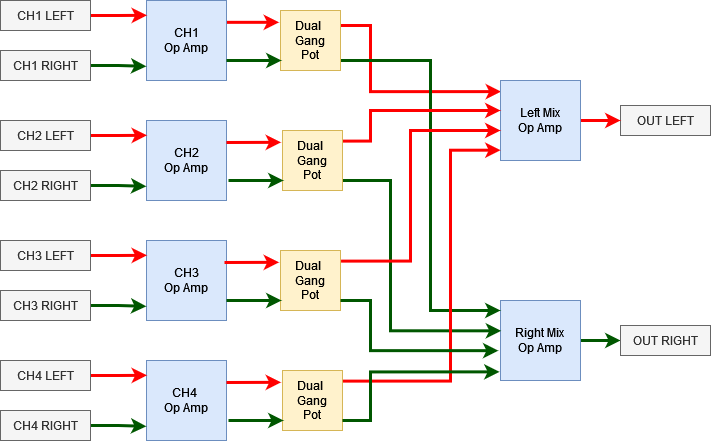
Earlier version of the draw.io export BlockDiagram.drawio.png (cracked-machine/Tiny4xPoweredStereoMixer). Source tidied: cells renumbered, new cells last; positions are measured from the earlier drawing's top-left corner, leaving out a move shared by most shapes.
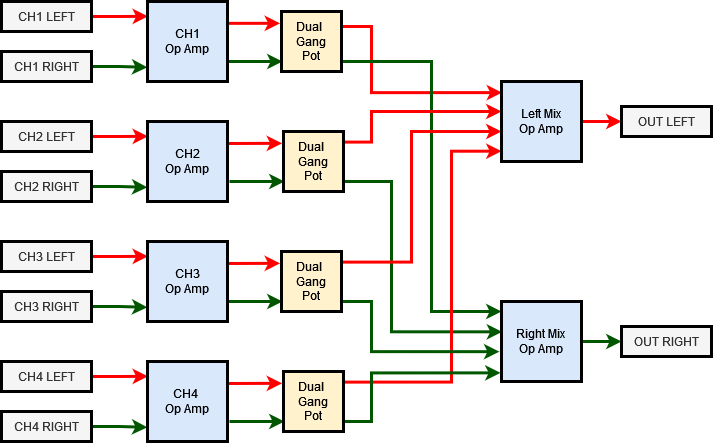
The same file after the commit.

Commit message:
Increased block lines in BlockDiagram.drawio.png

Diff of the diagram source:
```diff
@@ -20,10 +20,10 @@
     <mxCell id="7" style="edgeStyle=orthogonalEdgeStyle;rounded=0;jettySize=auto;html=1;entryX=0.006;entryY=0.185;entryDx=0;entryDy=0;entryPerimeter=0;exitX=1;exitY=0.5;exitDx=0;exitDy=0;strokeColor=#FF0000;strokeWidth=3;" parent="1" edge="1" source="8" target="3">
       <mxGeometry relative="1" as="geometry" />
     </mxCell>
-    <mxCell id="8" value="CH1 LEFT" style="rounded=0;whiteSpace=wrap;html=1;fillColor=#f5f5f5;fontColor=#333333;strokeColor=#666666;" parent="1" vertex="1">
+    <mxCell id="8" value="CH1 LEFT" style="rounded=0;whiteSpace=wrap;html=1;fillColor=#f5f5f5;fontColor=#333333;strokeColor=#000000;" parent="1" vertex="1">
       <mxGeometry width="90" height="30" as="geometry" />
     </mxCell>
-    <mxCell id="9" value="CH1 RIGHT" style="rounded=0;whiteSpace=wrap;html=1;fillColor=#f5f5f5;fontColor=#333333;strokeColor=#666666;" parent="1" vertex="1">
+    <mxCell id="9" value="CH1 RIGHT" style="rounded=0;whiteSpace=wrap;html=1;fillColor=#f5f5f5;fontColor=#333333;strokeColor=#000000;" parent="1" vertex="1">
       <mxGeometry y="50" width="90" height="30" as="geometry" />
     </mxCell>
     <mxCell id="10" value="&lt;div&gt;CH2&lt;/div&gt;&lt;div&gt;Op Amp&lt;/div&gt;" style="whiteSpace=wrap;html=1;fillColor=#dae8fc;strokeColor=#6c8ebf;" parent="1" vertex="1">
@@ -35,10 +35,10 @@
     <mxCell id="12" style="edgeStyle=orthogonalEdgeStyle;rounded=0;jettySize=auto;html=1;entryX=0.006;entryY=0.185;entryDx=0;entryDy=0;entryPerimeter=0;exitX=1;exitY=0.5;exitDx=0;exitDy=0;strokeColor=#FF0000;strokeWidth=3;" parent="1" edge="1" source="13" target="10">
       <mxGeometry relative="1" as="geometry" />
     </mxCell>
-    <mxCell id="13" value="CH2 LEFT" style="rounded=0;whiteSpace=wrap;html=1;fillColor=#f5f5f5;fontColor=#333333;strokeColor=#666666;" parent="1" vertex="1">
+    <mxCell id="13" value="CH2 LEFT" style="rounded=0;whiteSpace=wrap;html=1;fillColor=#f5f5f5;fontColor=#333333;strokeColor=#000000;" parent="1" vertex="1">
       <mxGeometry y="120" width="90" height="30" as="geometry" />
     </mxCell>
-    <mxCell id="14" value="CH2 RIGHT" style="rounded=0;whiteSpace=wrap;html=1;fillColor=#f5f5f5;fontColor=#333333;strokeColor=#666666;" parent="1" vertex="1">
+    <mxCell id="14" value="CH2 RIGHT" style="rounded=0;whiteSpace=wrap;html=1;fillColor=#f5f5f5;fontColor=#333333;strokeColor=#000000;" parent="1" vertex="1">
       <mxGeometry y="170" width="90" height="30" as="geometry" />
     </mxCell>
     <mxCell id="15" value="&lt;div&gt;CH3&lt;/div&gt;&lt;div&gt;Op Amp&lt;/div&gt;" style="whiteSpace=wrap;html=1;fillColor=#dae8fc;strokeColor=#6c8ebf;" parent="1" vertex="1">
@@ -50,10 +50,10 @@
     <mxCell id="17" style="edgeStyle=orthogonalEdgeStyle;rounded=0;jettySize=auto;html=1;entryX=0.006;entryY=0.185;entryDx=0;entryDy=0;entryPerimeter=0;exitX=1;exitY=0.5;exitDx=0;exitDy=0;strokeColor=#FF0000;strokeWidth=3;" parent="1" edge="1" source="18" target="15">
       <mxGeometry relative="1" as="geometry" />
     </mxCell>
-    <mxCell id="18" value="CH3 LEFT" style="rounded=0;whiteSpace=wrap;html=1;fillColor=#f5f5f5;fontColor=#333333;strokeColor=#666666;" parent="1" vertex="1">
+    <mxCell id="18" value="CH3 LEFT" style="rounded=0;whiteSpace=wrap;html=1;fillColor=#f5f5f5;fontColor=#333333;strokeColor=#000000;" parent="1" vertex="1">
       <mxGeometry y="240" width="90" height="30" as="geometry" />
     </mxCell>
-    <mxCell id="19" value="CH3 RIGHT" style="rounded=0;whiteSpace=wrap;html=1;fillColor=#f5f5f5;fontColor=#333333;strokeColor=#666666;" parent="1" vertex="1">
+    <mxCell id="19" value="CH3 RIGHT" style="rounded=0;whiteSpace=wrap;html=1;fillColor=#f5f5f5;fontColor=#333333;strokeColor=#000000;" parent="1" vertex="1">
       <mxGeometry y="290" width="90" height="30" as="geometry" />
     </mxCell>
     <mxCell id="20" value="&lt;div&gt;CH4&amp;nbsp;&lt;/div&gt;&lt;div&gt;Op Amp&lt;/div&gt;" style="whiteSpace=wrap;html=1;fillColor=#dae8fc;strokeColor=#6c8ebf;" parent="1" vertex="1">
@@ -65,10 +65,10 @@
     <mxCell id="22" style="edgeStyle=orthogonalEdgeStyle;rounded=0;jettySize=auto;html=1;entryX=0.006;entryY=0.185;entryDx=0;entryDy=0;entryPerimeter=0;exitX=1;exitY=0.5;exitDx=0;exitDy=0;strokeColor=#FF0000;strokeWidth=3;" parent="1" edge="1" source="23" target="20">
       <mxGeometry relative="1" as="geometry" />
     </mxCell>
-    <mxCell id="23" value="CH4 LEFT" style="rounded=0;whiteSpace=wrap;html=1;fillColor=#f5f5f5;fontColor=#333333;strokeColor=#666666;" parent="1" vertex="1">
+    <mxCell id="23" value="CH4 LEFT" style="rounded=0;whiteSpace=wrap;html=1;fillColor=#f5f5f5;fontColor=#333333;strokeColor=#000000;" parent="1" vertex="1">
       <mxGeometry y="360" width="90" height="30" as="geometry" />
     </mxCell>
-    <mxCell id="24" value="CH4 RIGHT" style="rounded=0;whiteSpace=wrap;html=1;fillColor=#f5f5f5;fontColor=#333333;strokeColor=#666666;" parent="1" vertex="1">
+    <mxCell id="24" value="CH4 RIGHT" style="rounded=0;whiteSpace=wrap;html=1;fillColor=#f5f5f5;fontColor=#333333;strokeColor=#000000;" parent="1" vertex="1">
       <mxGeometry y="410" width="90" height="30" as="geometry" />
     </mxCell>
     <mxCell id="25" value="OUT LEFT" style="rounded=0;whiteSpace=wrap;html=1;fillColor=#f5f5f5;fontColor=#333333;strokeColor=#666666;" parent="1" vertex="1">
@@ -200,5 +200,65 @@
         </Array>
       </mxGeometry>
     </mxCell>
+    <mxCell id="48" value="CH1 LEFT" style="rounded=0;whiteSpace=wrap;html=1;fillColor=#f5f5f5;fontColor=#333333;strokeColor=#000000;strokeWidth=3;" parent="1" vertex="1">
+      <mxGeometry width="90" height="30" as="geometry" />
+    </mxCell>
+    <mxCell id="49" value="CH1 RIGHT" style="rounded=0;whiteSpace=wrap;html=1;fillColor=#f5f5f5;fontColor=#333333;strokeColor=#000000;strokeWidth=3;" parent="1" vertex="1">
+      <mxGeometry y="50" width="90" height="30" as="geometry" />
+    </mxCell>
+    <mxCell id="50" value="CH2 LEFT" style="rounded=0;whiteSpace=wrap;html=1;fillColor=#f5f5f5;fontColor=#333333;strokeColor=#000000;strokeWidth=3;" parent="1" vertex="1">
+      <mxGeometry y="120" width="90" height="30" as="geometry" />
+    </mxCell>
+    <mxCell id="51" value="CH2 RIGHT" style="rounded=0;whiteSpace=wrap;html=1;fillColor=#f5f5f5;fontColor=#333333;strokeColor=#000000;strokeWidth=3;" parent="1" vertex="1">
+      <mxGeometry y="170" width="90" height="30" as="geometry" />
+    </mxCell>
+    <mxCell id="52" value="CH3 LEFT" style="rounded=0;whiteSpace=wrap;html=1;fillColor=#f5f5f5;fontColor=#333333;strokeColor=#000000;strokeWidth=3;" parent="1" vertex="1">
+      <mxGeometry y="240" width="90" height="30" as="geometry" />
+    </mxCell>
+    <mxCell id="53" value="CH3 RIGHT" style="rounded=0;whiteSpace=wrap;html=1;fillColor=#f5f5f5;fontColor=#333333;strokeColor=#000000;strokeWidth=3;" parent="1" vertex="1">
+      <mxGeometry y="290" width="90" height="30" as="geometry" />
+    </mxCell>
+    <mxCell id="54" value="CH4 LEFT" style="rounded=0;whiteSpace=wrap;html=1;fillColor=#f5f5f5;fontColor=#333333;strokeColor=#000000;strokeWidth=3;" parent="1" vertex="1">
+      <mxGeometry y="360" width="90" height="30" as="geometry" />
+    </mxCell>
+    <mxCell id="55" value="CH4 RIGHT" style="rounded=0;whiteSpace=wrap;html=1;fillColor=#f5f5f5;fontColor=#333333;strokeColor=#000000;strokeWidth=3;" parent="1" vertex="1">
+      <mxGeometry y="410" width="90" height="30" as="geometry" />
+    </mxCell>
+    <mxCell id="56" value="&lt;div&gt;CH4&amp;nbsp;&lt;/div&gt;&lt;div&gt;Op Amp&lt;/div&gt;" style="whiteSpace=wrap;html=1;fillColor=#dae8fc;strokeColor=#000000;strokeWidth=3;" parent="1" vertex="1">
+      <mxGeometry x="146" y="360" width="80" height="80" as="geometry" />
+    </mxCell>
+    <mxCell id="57" value="&lt;div&gt;CH3&lt;/div&gt;&lt;div&gt;Op Amp&lt;/div&gt;" style="whiteSpace=wrap;html=1;fillColor=#dae8fc;strokeColor=#000000;strokeWidth=3;" parent="1" vertex="1">
+      <mxGeometry x="146" y="240" width="80" height="80" as="geometry" />
+    </mxCell>
+    <mxCell id="58" value="&lt;div&gt;CH2&lt;/div&gt;&lt;div&gt;Op Amp&lt;/div&gt;" style="whiteSpace=wrap;html=1;fillColor=#dae8fc;strokeColor=#000000;strokeWidth=3;" parent="1" vertex="1">
+      <mxGeometry x="146" y="120" width="80" height="80" as="geometry" />
+    </mxCell>
+    <mxCell id="59" value="&lt;div&gt;CH1&lt;/div&gt;&lt;div&gt;Op Amp&lt;/div&gt;" style="whiteSpace=wrap;html=1;fillColor=#dae8fc;strokeColor=#000000;strokeWidth=3;" parent="1" vertex="1">
+      <mxGeometry x="146" width="80" height="80" as="geometry" />
+    </mxCell>
+    <mxCell id="60" value="&lt;div&gt;Dual&amp;nbsp;&lt;/div&gt;&lt;div&gt;Gang &lt;br&gt;&lt;/div&gt;&lt;div&gt;Pot&lt;br&gt;&lt;/div&gt;" style="whiteSpace=wrap;html=1;fillColor=#fff2cc;strokeColor=#000000;strokeWidth=3;" parent="1" vertex="1">
+      <mxGeometry x="280" y="10" width="60" height="60" as="geometry" />
+    </mxCell>
+    <mxCell id="61" value="&lt;div&gt;Dual&amp;nbsp;&lt;/div&gt;&lt;div&gt;Gang &lt;br&gt;&lt;/div&gt;&lt;div&gt;Pot&lt;br&gt;&lt;/div&gt;" style="whiteSpace=wrap;html=1;fillColor=#fff2cc;strokeColor=#000000;strokeWidth=3;" parent="1" vertex="1">
+      <mxGeometry x="282" y="130" width="60" height="60" as="geometry" />
+    </mxCell>
+    <mxCell id="62" value="&lt;div&gt;Dual&amp;nbsp;&lt;/div&gt;&lt;div&gt;Gang &lt;br&gt;&lt;/div&gt;&lt;div&gt;Pot&lt;br&gt;&lt;/div&gt;" style="whiteSpace=wrap;html=1;fillColor=#fff2cc;strokeColor=#000000;strokeWidth=3;" parent="1" vertex="1">
+      <mxGeometry x="280" y="250" width="60" height="60" as="geometry" />
+    </mxCell>
+    <mxCell id="63" value="&lt;div&gt;Dual&amp;nbsp;&lt;/div&gt;&lt;div&gt;Gang &lt;br&gt;&lt;/div&gt;&lt;div&gt;Pot&lt;br&gt;&lt;/div&gt;" style="whiteSpace=wrap;html=1;fillColor=#fff2cc;strokeColor=#000000;strokeWidth=3;" parent="1" vertex="1">
+      <mxGeometry x="282" y="370" width="60" height="60" as="geometry" />
+    </mxCell>
+    <mxCell id="64" value="&lt;div&gt;Right Mix&lt;br&gt;&lt;/div&gt;&lt;div&gt;Op Amp&lt;/div&gt;" style="whiteSpace=wrap;html=1;fillColor=#dae8fc;strokeColor=#000000;strokeWidth=3;" parent="1" vertex="1">
+      <mxGeometry x="500" y="300" width="80" height="80" as="geometry" />
+    </mxCell>
+    <mxCell id="65" value="&lt;div&gt;Left Mix&lt;br&gt;&lt;/div&gt;&lt;div&gt;Op Amp&lt;/div&gt;" style="whiteSpace=wrap;html=1;fillColor=#dae8fc;strokeColor=#000000;strokeWidth=3;" parent="1" vertex="1">
+      <mxGeometry x="500" y="80" width="80" height="80" as="geometry" />
+    </mxCell>
+    <mxCell id="66" value="OUT LEFT" style="rounded=0;whiteSpace=wrap;html=1;fillColor=#f5f5f5;fontColor=#333333;strokeColor=#000000;strokeWidth=3;" parent="1" vertex="1">
+      <mxGeometry x="620" y="105" width="90" height="30" as="geometry" />
+    </mxCell>
+    <mxCell id="67" value="OUT RIGHT" style="rounded=0;whiteSpace=wrap;html=1;fillColor=#f5f5f5;fontColor=#333333;strokeColor=#000000;strokeWidth=3;" parent="1" vertex="1">
+      <mxGeometry x="620" y="325" width="90" height="30" as="geometry" />
+    </mxCell>
   </root>
 </mxGraphModel>
```
